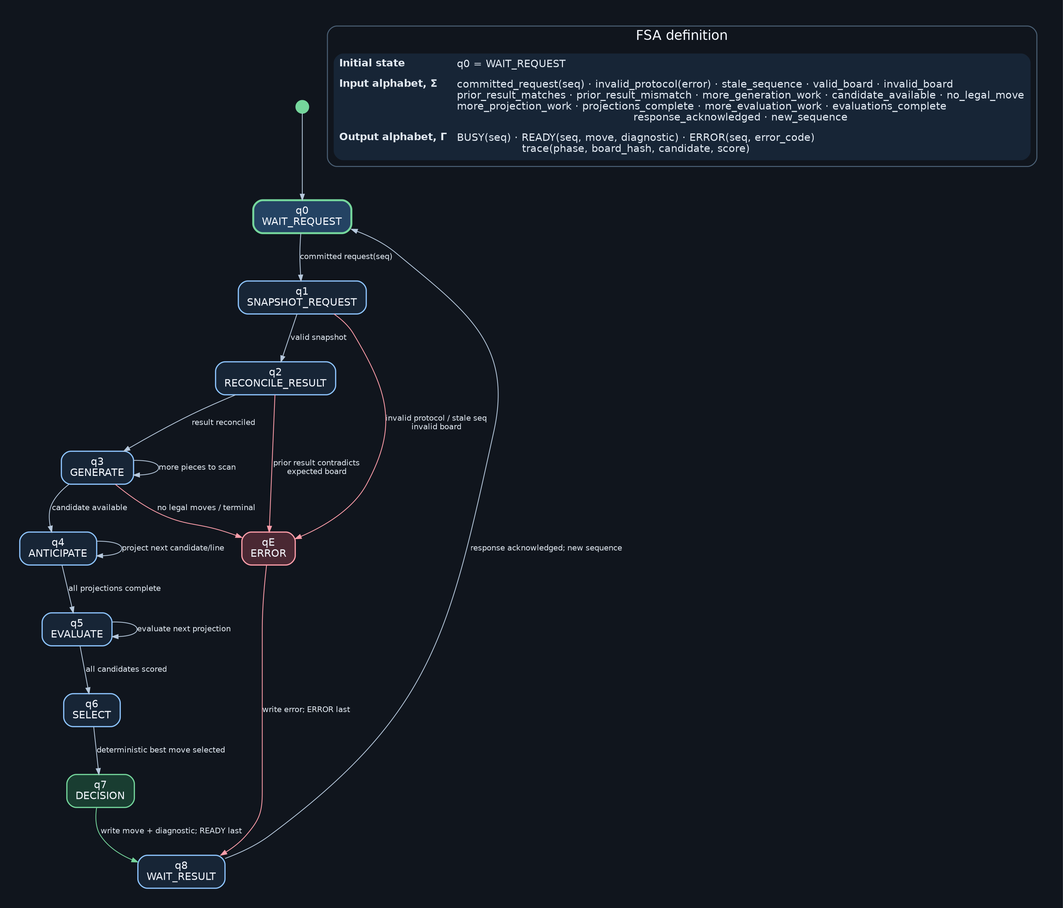
Before: research/checkers-evidence/FSA-LOGIC.png, a diagram exported from Graphviz (intelliputer/intellicart). Its source is kept beside it as research/checkers-evidence/FSA-LOGIC.dot.
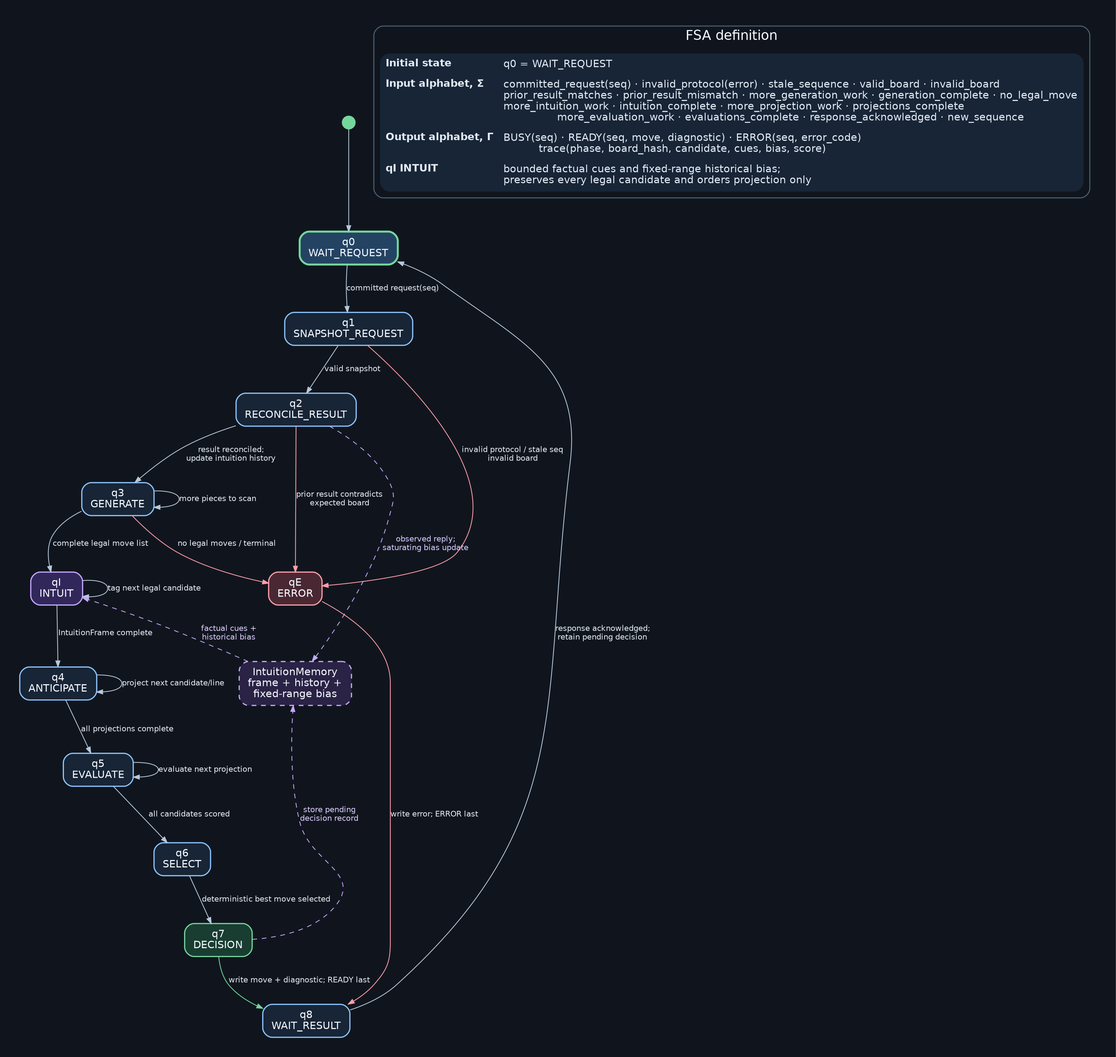
After the change.

Diff of the diagram source:
```diff
@@ -8,30 +8,39 @@
   q1 [label="q1\nSNAPSHOT_REQUEST"];
   q2 [label="q2\nRECONCILE_RESULT"];
   q3 [label="q3\nGENERATE"];
+  qI [label="qI\nINTUIT", fillcolor="#32275a", color="#c5a8ff"];
   q4 [label="q4\nANTICIPATE"];
   q5 [label="q5\nEVALUATE"];
   q6 [label="q6\nSELECT"];
   q7 [label="q7\nDECISION", fillcolor="#193d31", color="#75d69c"];
   qE [label="qE\nERROR", fillcolor="#4a2833", color="#ff9eaa"];
   q8 [label="q8\nWAIT_RESULT"];
+  memory [label="IntuitionMemory\nframe + history +\nfixed-range bias", shape=box, style="rounded,dashed,filled", fillcolor="#2a2345", color="#c5a8ff", fontcolor="#f4f8ff"];
 
   start -> q0;
   q0 -> q1 [label="committed request(seq)"];
   q1 -> qE [label="invalid protocol / stale seq\ninvalid board", color="#ff9eaa"];
   q1 -> q2 [label="valid snapshot"];
   q2 -> qE [label="prior result contradicts\nexpected board", color="#ff9eaa"];
-  q2 -> q3 [label="result reconciled"];
+  q2 -> q3 [label="result reconciled;\nupdate intuition history"];
+  q2 -> memory [label="observed reply;\nsaturating bias update", style=dashed, color="#c5a8ff", fontcolor="#d9caff", constraint=false];
   q3 -> q3 [label="more pieces to scan"];
   q3 -> qE [label="no legal moves / terminal", color="#ff9eaa"];
-  q3 -> q4 [label="candidate available"];
+  q3 -> qI [label="complete legal move list"];
+  qI -> qI [label="tag next legal candidate"];
+  qI -> q4 [label="IntuitionFrame complete"];
   q4 -> q4 [label="project next candidate/line"];
   q4 -> q5 [label="all projections complete"];
   q5 -> q5 [label="evaluate next projection"];
   q5 -> q6 [label="all candidates scored"];
   q6 -> q7 [label="deterministic best move selected"];
   q7 -> q8 [label="write move + diagnostic; READY last", color="#75d69c"];
+  q7 -> memory [label="store pending\ndecision record", style=dashed, color="#c5a8ff", fontcolor="#d9caff", constraint=false];
   qE -> q8 [label="write error; ERROR last", color="#ff9eaa"];
-  q8 -> q0 [label="response acknowledged; new sequence", constraint=false];
+  q8 -> q0 [label="response acknowledged;\nretain pending decision", constraint=false];
+  memory -> qI [label="factual cues +\nhistorical bias", style=dashed, color="#c5a8ff", fontcolor="#d9caff", constraint=false];
+
+  qE -> memory [style=invis, weight=100];
 
   subgraph cluster_legend {
     label="FSA definition"; labelloc="t"; fontsize=17; fontname="Helvetica"; fontcolor="#f4f8ff";
@@ -39,8 +48,9 @@
     definition [shape=plain, fontcolor="#e2eaf3", label=<
       <TABLE BORDER="0" CELLBORDER="0" CELLPADDING="5" ALIGN="LEFT">
         <TR><TD ALIGN="LEFT"><B>Initial state</B></TD><TD ALIGN="LEFT">q0 = WAIT_REQUEST</TD></TR>
-        <TR><TD ALIGN="LEFT" VALIGN="TOP"><B>Input alphabet, Σ</B></TD><TD ALIGN="LEFT">committed_request(seq) · invalid_protocol(error) · stale_sequence · valid_board · invalid_board<BR ALIGN="LEFT"/>prior_result_matches · prior_result_mismatch · more_generation_work · candidate_available · no_legal_move<BR ALIGN="LEFT"/>more_projection_work · projections_complete · more_evaluation_work · evaluations_complete<BR ALIGN="LEFT"/>response_acknowledged · new_sequence</TD></TR>
-        <TR><TD ALIGN="LEFT" VALIGN="TOP"><B>Output alphabet, Γ</B></TD><TD ALIGN="LEFT">BUSY(seq) · READY(seq, move, diagnostic) · ERROR(seq, error_code)<BR ALIGN="LEFT"/>trace(phase, board_hash, candidate, score)</TD></TR>
+        <TR><TD ALIGN="LEFT" VALIGN="TOP"><B>Input alphabet, Σ</B></TD><TD ALIGN="LEFT">committed_request(seq) · invalid_protocol(error) · stale_sequence · valid_board · invalid_board<BR ALIGN="LEFT"/>prior_result_matches · prior_result_mismatch · more_generation_work · generation_complete · no_legal_move<BR ALIGN="LEFT"/>more_intuition_work · intuition_complete · more_projection_work · projections_complete<BR ALIGN="LEFT"/>more_evaluation_work · evaluations_complete · response_acknowledged · new_sequence</TD></TR>
+        <TR><TD ALIGN="LEFT" VALIGN="TOP"><B>Output alphabet, Γ</B></TD><TD ALIGN="LEFT">BUSY(seq) · READY(seq, move, diagnostic) · ERROR(seq, error_code)<BR ALIGN="LEFT"/>trace(phase, board_hash, candidate, cues, bias, score)</TD></TR>
+        <TR><TD ALIGN="LEFT" VALIGN="TOP"><B>qI INTUIT</B></TD><TD ALIGN="LEFT">bounded factual cues and fixed-range historical bias;<BR ALIGN="LEFT"/>preserves every legal candidate and orders projection only</TD></TR>
       </TABLE>
     >];
   }
```
